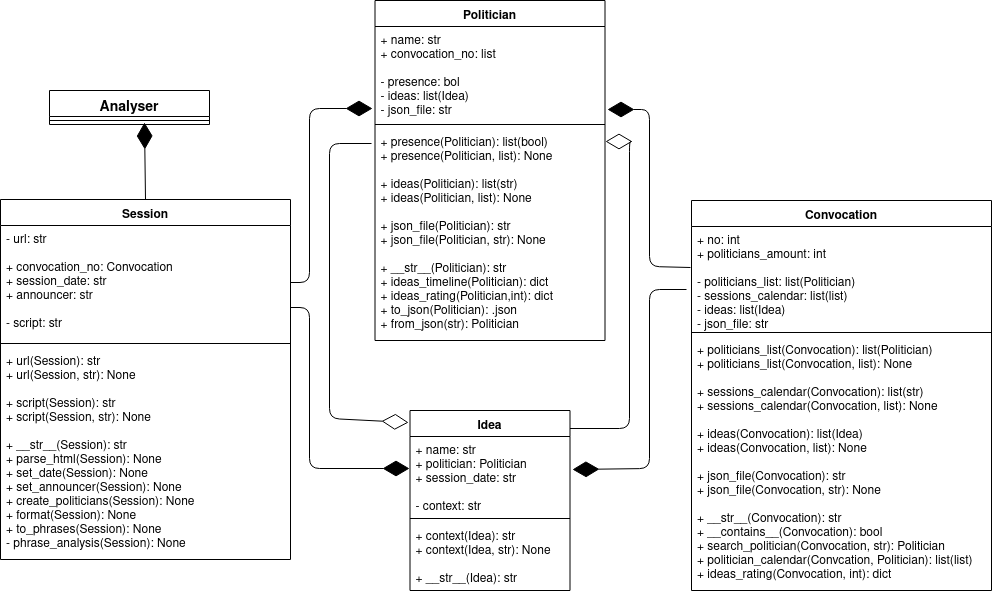
sol4ik/politicians-talk keeps this draw.io diagram as diagrams/cw.png. Above is the earlier version. Source tidied: cells renumbered, new cells last; positions are measured from the earlier drawing's top-left corner, leaving out a move shared by most shapes.
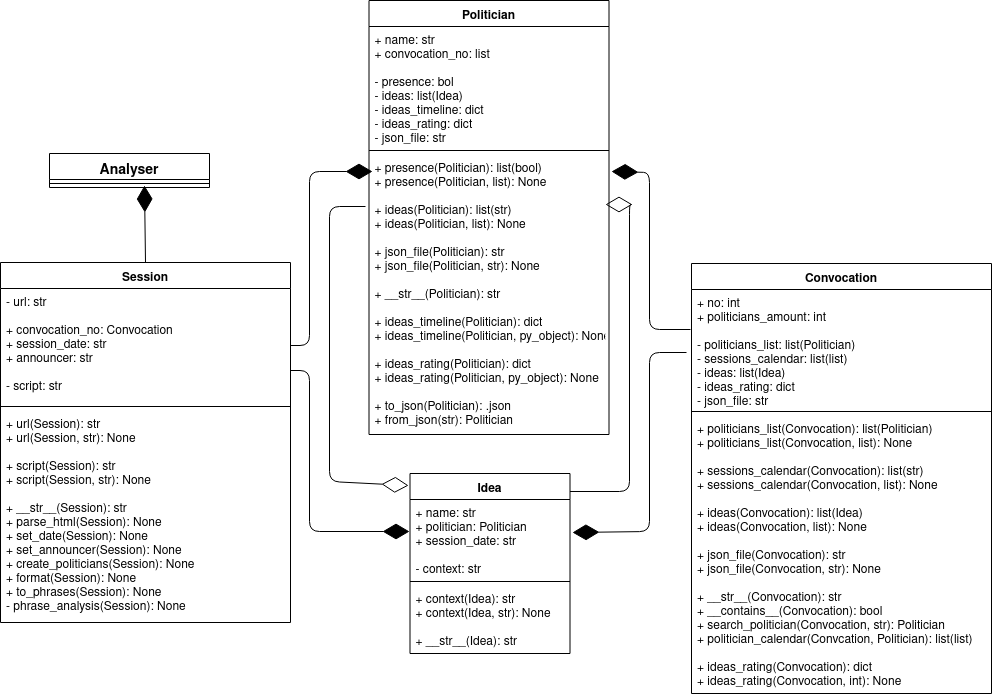
After the commit.

Diff of the diagram source:
```diff
@@ -3,16 +3,16 @@
     <mxCell id="0" />
     <mxCell id="1" parent="0" />
     <mxCell id="2" value="Politician" style="swimlane;fontStyle=1;align=center;verticalAlign=top;horizontal=1;startSize=26;" parent="1" vertex="1">
-      <mxGeometry x="374.5" width="230" height="340" as="geometry" />
+      <mxGeometry x="368.5" y="-63" width="240" height="434" as="geometry" />
     </mxCell>
-    <mxCell id="3" value="+ name: str&#10;+ convocation_no: list&#10;&#10;- presence: bol&#10;- ideas: list(Idea)&#10;- json_file: str&#10;" style="text;strokeColor=none;fillColor=none;align=left;verticalAlign=top;spacingLeft=4;spacingRight=4;overflow=hidden;points=[[0,0.5],[1,0.5]];portConstraint=eastwest;" parent="2" vertex="1">
-      <mxGeometry y="26" width="230" height="94" as="geometry" />
+    <mxCell id="3" value="+ name: str&#10;+ convocation_no: list&#10;&#10;- presence: bol&#10;- ideas: list(Idea)&#10;- ideas_timeline: dict&#10;- ideas_rating: dict&#10;- json_file: str&#10;" style="text;strokeColor=none;fillColor=none;align=left;verticalAlign=top;spacingLeft=4;spacingRight=4;overflow=hidden;points=[[0,0.5],[1,0.5]];portConstraint=eastwest;" parent="2" vertex="1">
+      <mxGeometry y="26" width="240" height="120" as="geometry" />
     </mxCell>
     <mxCell id="4" style="line;strokeWidth=1;fillColor=none;align=left;verticalAlign=middle;spacingTop=-1;spacingLeft=3;spacingRight=3;labelPosition=right;" parent="2" vertex="1">
-      <mxGeometry y="120" width="230" height="8" as="geometry" />
+      <mxGeometry y="146" width="240" height="8" as="geometry" />
     </mxCell>
-    <mxCell id="5" value="+ presence(Politician): list(bool)&#10;+ presence(Politician, list): None&#10;&#10;+ ideas(Politician): list(str)&#10;+ ideas(Politician, list): None&#10;&#10;+ json_file(Politician): str&#10;+ json_file(Politician, str): None&#10;&#10;+ __str__(Politician): str &#10;+ ideas_timeline(Politician): dict&#10;+ ideas_rating(Politician,int): dict&#10;+ to_json(Politician): .json&#10;+ from_json(str): Politician&#10;" style="text;strokeColor=none;fillColor=none;align=left;verticalAlign=top;spacingLeft=4;spacingRight=4;overflow=hidden;points=[[0,0.5],[1,0.5]];portConstraint=eastwest;" parent="2" vertex="1">
-      <mxGeometry y="128" width="230" height="212" as="geometry" />
+    <mxCell id="5" value="+ presence(Politician): list(bool)&#10;+ presence(Politician, list): None&#10;&#10;+ ideas(Politician): list(str)&#10;+ ideas(Politician, list): None&#10;&#10;+ json_file(Politician): str&#10;+ json_file(Politician, str): None&#10;&#10;+ __str__(Politician): str &#10;&#10;+ ideas_timeline(Politician): dict&#10;+ ideas_timeline(Politician, py_object): None&#10;&#10;+ ideas_rating(Politician): dict&#10;+ ideas_rating(Politician, py_object): None&#10;&#10;+ to_json(Politician): .json&#10;+ from_json(str): Politician&#10;" style="text;strokeColor=none;fillColor=none;align=left;verticalAlign=top;spacingLeft=4;spacingRight=4;overflow=hidden;points=[[0,0.5],[1,0.5]];portConstraint=eastwest;" parent="2" vertex="1">
+      <mxGeometry y="154" width="240" height="280" as="geometry" />
     </mxCell>
     <mxCell id="6" value="Idea" style="swimlane;fontStyle=1;align=center;verticalAlign=top;horizontal=1;startSize=26;" parent="1" vertex="1">
       <mxGeometry x="409.5" y="410" width="160" height="180" as="geometry" />
@@ -39,19 +39,20 @@
       <mxGeometry y="148" width="290" height="212" as="geometry" />
     </mxCell>
     <mxCell id="14" value="Convocation" style="swimlane;fontStyle=1;align=center;verticalAlign=top;horizontal=1;startSize=26;" parent="1" vertex="1">
-      <mxGeometry x="691" y="200" width="300" height="390" as="geometry" />
+      <mxGeometry x="691" y="200" width="300" height="430" as="geometry" />
     </mxCell>
-    <mxCell id="15" value="+ no: int&#10;+ politicians_amount: int&#10;&#10;- politicians_list: list(Politician)&#10;- sessions_calendar: list(list)&#10;- ideas: list(Idea)&#10;- json_file: str" style="text;strokeColor=none;fillColor=none;align=left;verticalAlign=top;spacingLeft=4;spacingRight=4;overflow=hidden;points=[[0,0.5],[1,0.5]];portConstraint=eastwest;" parent="14" vertex="1">
-      <mxGeometry y="26" width="300" height="102" as="geometry" />
+    <mxCell id="15" value="+ no: int&#10;+ politicians_amount: int&#10;&#10;- politicians_list: list(Politician)&#10;- sessions_calendar: list(list)&#10;- ideas: list(Idea)&#10;- ideas_rating: dict&#10;- json_file: str" style="text;strokeColor=none;fillColor=none;align=left;verticalAlign=top;spacingLeft=4;spacingRight=4;overflow=hidden;points=[[0,0.5],[1,0.5]];portConstraint=eastwest;" parent="14" vertex="1">
+      <mxGeometry y="26" width="300" height="118" as="geometry" />
     </mxCell>
     <mxCell id="16" style="line;strokeWidth=1;fillColor=none;align=left;verticalAlign=middle;spacingTop=-1;spacingLeft=3;spacingRight=3;labelPosition=right;" parent="14" vertex="1">
-      <mxGeometry y="128" width="300" height="8" as="geometry" />
+      <mxGeometry y="144" width="300" height="8" as="geometry" />
     </mxCell>
-    <mxCell id="17" value="+ politicians_list(Convocation): list(Politician)&#10;+ politicians_list(Convocation, list): None&#10;&#10;+ sessions_calendar(Convocation): list(str)&#10;+ sessions_calendar(Convocation, list): None&#10;&#10;+ ideas(Convocation): list(Idea)&#10;+ ideas(Convocation, list): None&#10;&#10;+ json_file(Convocation): str&#10;+ json_file(Convocation, str): None&#10;&#10;+ __str__(Convocation): str&#10;+ __contains__(Convocation): bool&#10;+ search_politician(Convocation, str): Politician&#10;+ politician_calendar(Convcation, Politician): list(list)&#10;+ ideas_rating(Convocation, int): dict&#10;" style="text;strokeColor=none;fillColor=none;align=left;verticalAlign=top;spacingLeft=4;spacingRight=4;overflow=hidden;" parent="14" vertex="1">
-      <mxGeometry y="136" width="300" height="254" as="geometry" />
+    <mxCell id="17" value="+ politicians_list(Convocation): list(Politician)&#10;+ politicians_list(Convocation, list): None&#10;&#10;+ sessions_calendar(Convocation): list(str)&#10;+ sessions_calendar(Convocation, list): None&#10;&#10;+ ideas(Convocation): list(Idea)&#10;+ ideas(Convocation, list): None&#10;&#10;+ json_file(Convocation): str&#10;+ json_file(Convocation, str): None&#10;&#10;+ __str__(Convocation): str&#10;+ __contains__(Convocation): bool&#10;+ search_politician(Convocation, str): Politician&#10;+ politician_calendar(Convcation, Politician): list(list)&#10;&#10;+ ideas_rating(Convocation): dict&#10;+ ideas_rating(Convocation, int): None&#10;" style="text;strokeColor=none;fillColor=none;align=left;verticalAlign=top;spacingLeft=4;spacingRight=4;overflow=hidden;" parent="14" vertex="1">
+      <mxGeometry y="152" width="300" height="278" as="geometry" />
     </mxCell>
-    <mxCell id="18" style="endArrow=diamondThin;endFill=1;endSize=24;html=1;exitX=-0.003;exitY=0.402;exitDx=0;exitDy=0;entryX=1.011;entryY=0.883;entryDx=0;entryDy=0;entryPerimeter=0;exitPerimeter=0;" parent="1" edge="1" source="15" target="3">
+    <mxCell id="18" style="endArrow=diamondThin;endFill=1;endSize=24;html=1;entryX=1.01;entryY=0.061;entryDx=0;entryDy=0;entryPerimeter=0;" parent="1" edge="1" target="5">
       <mxGeometry relative="1" as="geometry">
+        <mxPoint x="690" y="266" as="sourcePoint" />
         <Array as="points">
           <mxPoint x="649" y="266" />
           <mxPoint x="649" y="109" />
@@ -67,8 +68,9 @@
         </Array>
       </mxGeometry>
     </mxCell>
-    <mxCell id="20" style="endArrow=diamondThin;endFill=0;endSize=24;html=1;entryX=-0.009;entryY=0.065;entryDx=0;entryDy=0;entryPerimeter=0;exitX=-0.015;exitY=0.071;exitDx=0;exitDy=0;exitPerimeter=0;" parent="1" edge="1" source="5" target="6">
+    <mxCell id="20" style="endArrow=diamondThin;endFill=0;endSize=24;html=1;entryX=-0.009;entryY=0.065;entryDx=0;entryDy=0;entryPerimeter=0;" parent="1" edge="1" target="6">
       <mxGeometry relative="1" as="geometry">
+        <mxPoint x="365" y="143" as="sourcePoint" />
         <Array as="points">
           <mxPoint x="329" y="143" />
           <mxPoint x="329" y="418" />
```
